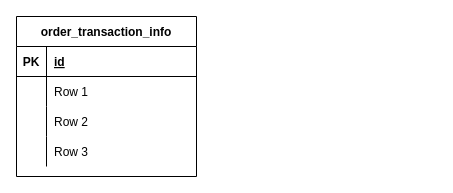
Above: study-draw-io/Untitled Diagram.drawio in bage2014/study (draw.io), before the change. Source tidied: cells renumbered, new cells numbered last; positions are measured from the earlier drawing's top-left corner, leaving out a move shared by most shapes. Both pictures are drawn from the tidied source at 100%, with x=0, y=0 at pixel (16, 16).
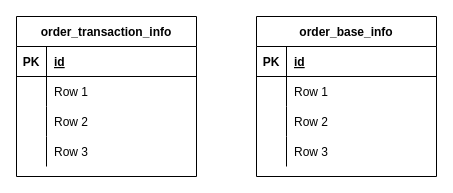
Above is the later version.

Diff of the diagram source:
```diff
@@
+    <mxCell id="15" value="order_base_info" style="shape=table;startSize=30;childLayout=tableLayout;rowLines=0;fontStyle=1;align=center;" parent="1" vertex="1">
+      <mxGeometry x="240" width="180" height="160" as="geometry" />
+    </mxCell>
+    <mxCell id="16" style="shape=partialRectangle;fillColor=none;top=0;left=0;bottom=1;right=0;" parent="15" vertex="1">
+      <mxGeometry y="30" width="180" height="30" as="geometry" />
+    </mxCell>
+    <mxCell id="17" value="PK" style="shape=partialRectangle;fillColor=none;top=0;left=0;bottom=0;right=0;fontStyle=1;overflow=hidden;" parent="16" vertex="1">
+      <mxGeometry width="30" height="30" as="geometry" />
+    </mxCell>
+    <mxCell id="18" value="id" style="shape=partialRectangle;fillColor=none;top=0;left=0;bottom=0;right=0;align=left;spacingLeft=6;fontStyle=5;overflow=hidden;" parent="16" vertex="1">
+      <mxGeometry x="30" width="150" height="30" as="geometry" />
+    </mxCell>
+    <mxCell id="19" style="shape=partialRectangle;fillColor=none;top=0;left=0;bottom=0;right=0;" parent="15" vertex="1">
+      <mxGeometry y="60" width="180" height="30" as="geometry" />
+    </mxCell>
+    <mxCell id="20" style="shape=partialRectangle;fillColor=none;top=0;left=0;bottom=0;right=0;overflow=hidden;" parent="19" vertex="1">
+      <mxGeometry width="30" height="30" as="geometry" />
+    </mxCell>
+    <mxCell id="21" value="Row 1" style="shape=partialRectangle;fillColor=none;top=0;left=0;bottom=0;right=0;align=left;spacingLeft=6;overflow=hidden;" parent="19" vertex="1">
+      <mxGeometry x="30" width="150" height="30" as="geometry" />
+    </mxCell>
+    <mxCell id="22" style="shape=partialRectangle;fillColor=none;top=0;left=0;bottom=0;right=0;" parent="15" vertex="1">
+      <mxGeometry y="90" width="180" height="30" as="geometry" />
+    </mxCell>
+    <mxCell id="23" style="shape=partialRectangle;fillColor=none;top=0;left=0;bottom=0;right=0;overflow=hidden;" parent="22" vertex="1">
+      <mxGeometry width="30" height="30" as="geometry" />
+    </mxCell>
+    <mxCell id="24" value="Row 2" style="shape=partialRectangle;fillColor=none;top=0;left=0;bottom=0;right=0;align=left;spacingLeft=6;overflow=hidden;" parent="22" vertex="1">
+      <mxGeometry x="30" width="150" height="30" as="geometry" />
+    </mxCell>
+    <mxCell id="25" style="shape=partialRectangle;fillColor=none;top=0;left=0;bottom=0;right=0;" parent="15" vertex="1">
+      <mxGeometry y="120" width="180" height="30" as="geometry" />
+    </mxCell>
+    <mxCell id="26" style="shape=partialRectangle;fillColor=none;top=0;left=0;bottom=0;right=0;overflow=hidden;" parent="25" vertex="1">
+      <mxGeometry width="30" height="30" as="geometry" />
+    </mxCell>
+    <mxCell id="27" value="Row 3" style="shape=partialRectangle;fillColor=none;top=0;left=0;bottom=0;right=0;align=left;spacingLeft=6;overflow=hidden;" parent="25" vertex="1">
+      <mxGeometry x="30" width="150" height="30" as="geometry" />
+    </mxCell>
```
